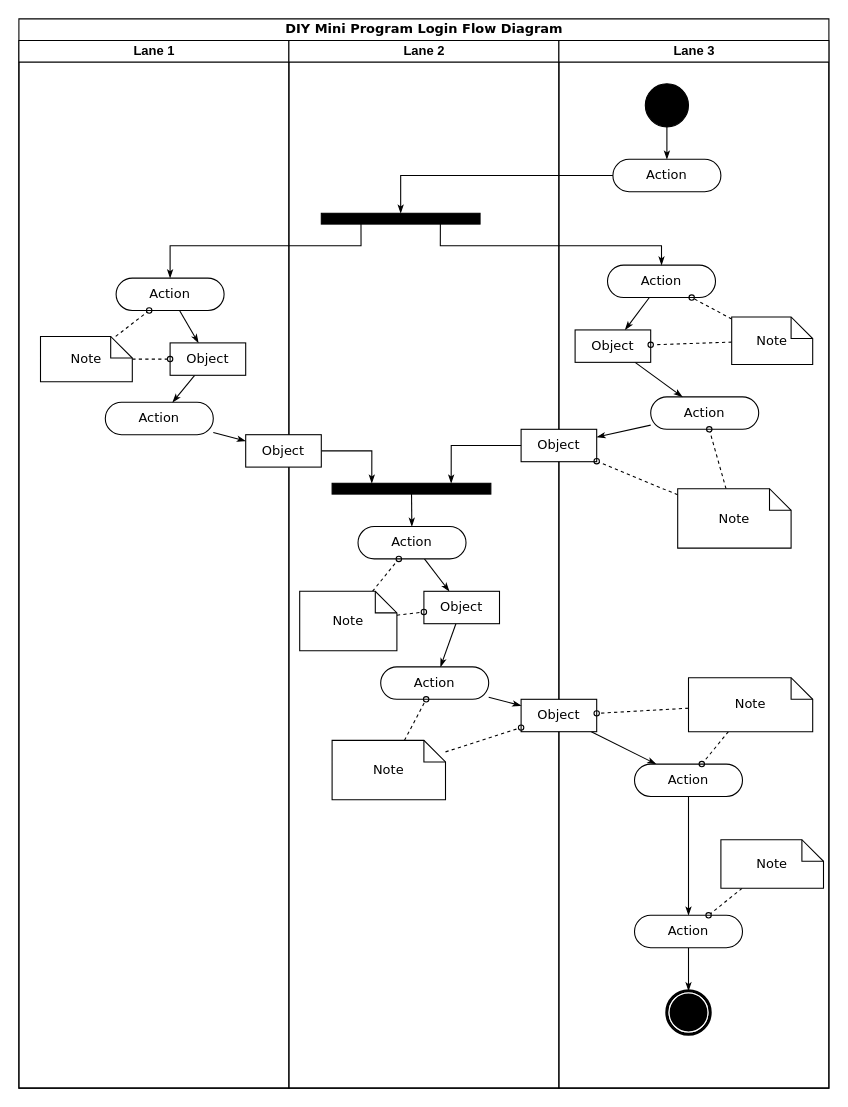
WinkleWong/Diagram keeps this draw.io diagram as DIY Mini Program Login Flow Diagram.drawio. Above is the earlier version. Source tidied: cells renumbered, new cells numbered last; positions are measured from the earlier drawing's top-left corner, leaving out a move shared by most shapes. Both pictures are drawn from the tidied source at 108%, with x=0, y=0 at pixel (18, 18).
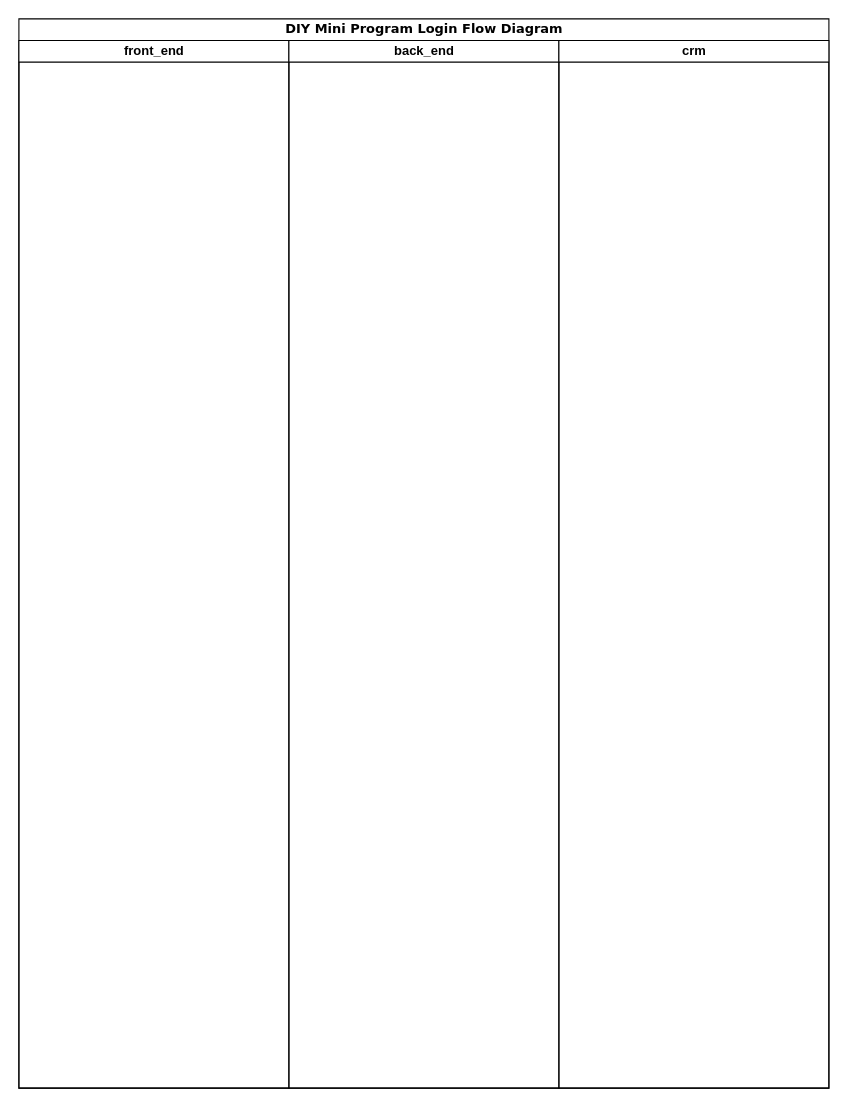
The same page after the edit.

Unchanged cells that the change refers to:
```xml
<mxCell id="2" value="DIY Mini Program Login Flow Diagram" style="swimlane;html=1;startSize=20;rounded=0;shadow=0;comic=0;labelBackgroundColor=none;strokeWidth=1;fontFamily=Verdana;fontSize=12;align=center;" parent="1" vertex="1">
  <mxGeometry width="750" height="990" as="geometry" />
</mxCell>
```

The edit, as a diff of the source:
```diff
@@
-    <mxCell id="3" value="Lane 1" style="swimlane;html=1;startSize=20;" parent="2" vertex="1">
+    <mxCell id="3" value="front_end" style="swimlane;html=1;startSize=20;" parent="2" vertex="1">
       <mxGeometry y="20" width="250" height="970" as="geometry" />
     </mxCell>
-    <mxCell id="4" style="edgeStyle=none;rounded=0;html=1;labelBackgroundColor=none;startArrow=none;startFill=0;startSize=5;endArrow=classicThin;endFill=1;endSize=5;jettySize=auto;strokeWidth=1;fontFamily=Verdana;fontSize=12;" parent="3" edge="1" source="5" target="8">
-      <mxGeometry relative="1" as="geometry" />
-    </mxCell>
-    <mxCell id="5" value="Action" style="rounded=1;whiteSpace=wrap;html=1;shadow=0;comic=0;labelBackgroundColor=none;strokeWidth=1;fontFamily=Verdana;fontSize=12;align=center;arcSize=50;" parent="3" vertex="1">
-      <mxGeometry x="90" y="220" width="100" height="30" as="geometry" />
-    </mxCell>
-    <mxCell id="6" value="Action" style="rounded=1;whiteSpace=wrap;html=1;shadow=0;comic=0;labelBackgroundColor=none;strokeWidth=1;fontFamily=Verdana;fontSize=12;align=center;arcSize=50;" parent="3" vertex="1">
-      <mxGeometry x="80" y="335" width="100" height="30" as="geometry" />
-    </mxCell>
-    <mxCell id="7" style="edgeStyle=none;rounded=0;html=1;labelBackgroundColor=none;startArrow=none;startFill=0;startSize=5;endArrow=classicThin;endFill=1;endSize=5;jettySize=auto;strokeWidth=1;fontFamily=Verdana;fontSize=12;" parent="3" edge="1" source="8" target="6">
-      <mxGeometry relative="1" as="geometry" />
-    </mxCell>
-    <mxCell id="8" value="Object" style="rounded=0;whiteSpace=wrap;html=1;shadow=0;comic=0;labelBackgroundColor=none;strokeWidth=1;fontFamily=Verdana;fontSize=12;align=center;arcSize=50;" parent="3" vertex="1">
-      <mxGeometry x="140" y="280" width="70" height="30" as="geometry" />
-    </mxCell>
-    <mxCell id="9" style="edgeStyle=none;rounded=0;html=1;labelBackgroundColor=none;startArrow=none;startFill=0;startSize=5;endArrow=oval;endFill=0;endSize=5;jettySize=auto;strokeWidth=1;fontFamily=Verdana;fontSize=12;dashed=1;" parent="3" edge="1" source="11" target="5">
-      <mxGeometry relative="1" as="geometry" />
-    </mxCell>
-    <mxCell id="10" style="edgeStyle=none;rounded=0;html=1;dashed=1;labelBackgroundColor=none;startArrow=none;startFill=0;startSize=5;endArrow=oval;endFill=0;endSize=5;jettySize=auto;strokeWidth=1;fontFamily=Verdana;fontSize=12;" parent="3" edge="1" source="11" target="8">
-      <mxGeometry relative="1" as="geometry" />
-    </mxCell>
-    <mxCell id="11" value="Note" style="shape=note;whiteSpace=wrap;html=1;rounded=0;shadow=0;comic=0;labelBackgroundColor=none;strokeWidth=1;fontFamily=Verdana;fontSize=12;align=center;size=20;" parent="3" vertex="1">
-      <mxGeometry x="20" y="274" width="85" height="42" as="geometry" />
-    </mxCell>
-    <mxCell id="12" value="Lane 2" style="swimlane;html=1;startSize=20;" parent="2" vertex="1">
+    <mxCell id="12" value="back_end" style="swimlane;html=1;startSize=20;" parent="2" vertex="1">
       <mxGeometry x="250" y="20" width="250" height="970" as="geometry" />
     </mxCell>
-    <mxCell id="13" style="whiteSpace=wrap;html=1;rounded=0;shadow=0;comic=0;labelBackgroundColor=none;strokeWidth=1;fillColor=#000000;fontFamily=Verdana;fontSize=12;align=center;rotation=0;" parent="12" vertex="1">
-      <mxGeometry x="30" y="160" width="147" height="10" as="geometry" />
-    </mxCell>
-    <mxCell id="14" style="edgeStyle=none;rounded=0;html=1;labelBackgroundColor=none;startArrow=none;startFill=0;startSize=5;endArrow=classicThin;endFill=1;endSize=5;jettySize=auto;strokeWidth=1;fontFamily=Verdana;fontSize=12;" parent="12" edge="1" source="15" target="21">
-      <mxGeometry relative="1" as="geometry" />
-    </mxCell>
-    <mxCell id="15" value="Action" style="rounded=1;whiteSpace=wrap;html=1;shadow=0;comic=0;labelBackgroundColor=none;strokeWidth=1;fontFamily=Verdana;fontSize=12;align=center;arcSize=50;" parent="12" vertex="1">
-      <mxGeometry x="64" y="450" width="100" height="30" as="geometry" />
-    </mxCell>
-    <mxCell id="16" style="edgeStyle=none;rounded=0;html=1;labelBackgroundColor=none;startArrow=none;startFill=0;startSize=5;endArrow=classicThin;endFill=1;endSize=5;jettySize=auto;strokeWidth=1;fontFamily=Verdana;fontSize=12;" parent="12" edge="1" source="17" target="15">
-      <mxGeometry relative="1" as="geometry" />
-    </mxCell>
-    <mxCell id="17" style="whiteSpace=wrap;html=1;rounded=0;shadow=0;comic=0;labelBackgroundColor=none;strokeWidth=1;fillColor=#000000;fontFamily=Verdana;fontSize=12;align=center;rotation=0;" parent="12" vertex="1">
-      <mxGeometry x="40" y="410" width="147" height="10" as="geometry" />
-    </mxCell>
-    <mxCell id="18" style="edgeStyle=orthogonalEdgeStyle;rounded=0;html=1;entryX=0.25;entryY=0;labelBackgroundColor=none;startArrow=none;startFill=0;startSize=5;endArrow=classicThin;endFill=1;endSize=5;jettySize=auto;strokeWidth=1;fontFamily=Verdana;fontSize=12;" parent="12" edge="1" source="19" target="17">
-      <mxGeometry relative="1" as="geometry" />
-    </mxCell>
-    <mxCell id="19" value="Object" style="rounded=0;whiteSpace=wrap;html=1;shadow=0;comic=0;labelBackgroundColor=none;strokeWidth=1;fontFamily=Verdana;fontSize=12;align=center;arcSize=50;" parent="12" vertex="1">
-      <mxGeometry x="-40" y="365" width="70" height="30" as="geometry" />
-    </mxCell>
-    <mxCell id="20" style="edgeStyle=none;rounded=0;html=1;labelBackgroundColor=none;startArrow=none;startFill=0;startSize=5;endArrow=classicThin;endFill=1;endSize=5;jettySize=auto;strokeWidth=1;fontFamily=Verdana;fontSize=12;" parent="12" edge="1" source="21" target="22">
-      <mxGeometry relative="1" as="geometry" />
-    </mxCell>
-    <mxCell id="21" value="Object" style="rounded=0;whiteSpace=wrap;html=1;shadow=0;comic=0;labelBackgroundColor=none;strokeWidth=1;fontFamily=Verdana;fontSize=12;align=center;arcSize=50;" parent="12" vertex="1">
-      <mxGeometry x="125" y="510" width="70" height="30" as="geometry" />
-    </mxCell>
-    <mxCell id="22" value="Action" style="rounded=1;whiteSpace=wrap;html=1;shadow=0;comic=0;labelBackgroundColor=none;strokeWidth=1;fontFamily=Verdana;fontSize=12;align=center;arcSize=50;" parent="12" vertex="1">
-      <mxGeometry x="85" y="580" width="100" height="30" as="geometry" />
-    </mxCell>
-    <mxCell id="23" style="edgeStyle=none;rounded=0;html=1;dashed=1;labelBackgroundColor=none;startArrow=none;startFill=0;startSize=5;endArrow=oval;endFill=0;endSize=5;jettySize=auto;strokeWidth=1;fontFamily=Verdana;fontSize=12;" parent="12" edge="1" source="25" target="15">
-      <mxGeometry relative="1" as="geometry" />
-    </mxCell>
-    <mxCell id="24" style="edgeStyle=none;rounded=0;html=1;dashed=1;labelBackgroundColor=none;startArrow=none;startFill=0;startSize=5;endArrow=oval;endFill=0;endSize=5;jettySize=auto;strokeWidth=1;fontFamily=Verdana;fontSize=12;" parent="12" edge="1" source="25" target="21">
-      <mxGeometry relative="1" as="geometry" />
-    </mxCell>
-    <mxCell id="25" value="Note" style="shape=note;whiteSpace=wrap;html=1;rounded=0;shadow=0;comic=0;labelBackgroundColor=none;strokeWidth=1;fontFamily=Verdana;fontSize=12;align=center;size=20;" parent="12" vertex="1">
-      <mxGeometry x="10" y="510" width="90" height="55" as="geometry" />
-    </mxCell>
-    <mxCell id="26" style="edgeStyle=none;rounded=0;html=1;dashed=1;labelBackgroundColor=none;startArrow=none;startFill=0;startSize=5;endArrow=oval;endFill=0;endSize=5;jettySize=auto;strokeWidth=1;fontFamily=Verdana;fontSize=12;" parent="12" edge="1" source="27" target="22">
-      <mxGeometry relative="1" as="geometry" />
-    </mxCell>
-    <mxCell id="27" value="Note" style="shape=note;whiteSpace=wrap;html=1;rounded=0;shadow=0;comic=0;labelBackgroundColor=none;strokeWidth=1;fontFamily=Verdana;fontSize=12;align=center;size=20;" parent="12" vertex="1">
-      <mxGeometry x="40" y="648" width="105" height="55" as="geometry" />
-    </mxCell>
-    <mxCell id="28" value="Lane 3" style="swimlane;html=1;startSize=20;" parent="2" vertex="1">
+    <mxCell id="28" value="crm" style="swimlane;html=1;startSize=20;" parent="2" vertex="1">
       <mxGeometry x="500" y="20" width="250" height="970" as="geometry" />
     </mxCell>
-    <mxCell id="29" style="edgeStyle=orthogonalEdgeStyle;rounded=0;html=1;labelBackgroundColor=none;startArrow=none;startFill=0;startSize=5;endArrow=classicThin;endFill=1;endSize=5;jettySize=auto;strokeWidth=1;fontFamily=Verdana;fontSize=12;" parent="28" edge="1" source="30" target="31">
-      <mxGeometry relative="1" as="geometry" />
-    </mxCell>
-    <mxCell id="30" style="ellipse;whiteSpace=wrap;html=1;rounded=0;shadow=0;comic=0;labelBackgroundColor=none;strokeWidth=1;fillColor=#000000;fontFamily=Verdana;fontSize=12;align=center;" parent="28" vertex="1">
-      <mxGeometry x="80" y="40" width="40" height="40" as="geometry" />
-    </mxCell>
-    <mxCell id="31" value="Action" style="rounded=1;whiteSpace=wrap;html=1;shadow=0;comic=0;labelBackgroundColor=none;strokeWidth=1;fontFamily=Verdana;fontSize=12;align=center;arcSize=50;" parent="28" vertex="1">
-      <mxGeometry x="50" y="110" width="100" height="30" as="geometry" />
-    </mxCell>
-    <mxCell id="32" style="rounded=0;html=1;labelBackgroundColor=none;startArrow=none;startFill=0;startSize=5;endArrow=classicThin;endFill=1;endSize=5;jettySize=auto;strokeWidth=1;fontFamily=Verdana;fontSize=12;" parent="28" edge="1" source="33" target="37">
-      <mxGeometry relative="1" as="geometry" />
-    </mxCell>
-    <mxCell id="33" value="Action" style="rounded=1;whiteSpace=wrap;html=1;shadow=0;comic=0;labelBackgroundColor=none;strokeWidth=1;fontFamily=Verdana;fontSize=12;align=center;arcSize=50;" parent="28" vertex="1">
-      <mxGeometry x="45" y="208" width="100" height="30" as="geometry" />
-    </mxCell>
-    <mxCell id="34" style="edgeStyle=none;rounded=0;html=1;labelBackgroundColor=none;startArrow=none;startFill=0;startSize=5;endArrow=classicThin;endFill=1;endSize=5;jettySize=auto;strokeWidth=1;fontFamily=Verdana;fontSize=12;" parent="28" edge="1" source="35" target="38">
-      <mxGeometry relative="1" as="geometry" />
-    </mxCell>
-    <mxCell id="35" value="Action" style="rounded=1;whiteSpace=wrap;html=1;shadow=0;comic=0;labelBackgroundColor=none;strokeWidth=1;fontFamily=Verdana;fontSize=12;align=center;arcSize=50;" parent="28" vertex="1">
-      <mxGeometry x="85" y="330" width="100" height="30" as="geometry" />
-    </mxCell>
-    <mxCell id="36" style="edgeStyle=none;rounded=0;html=1;labelBackgroundColor=none;startArrow=none;startFill=0;startSize=5;endArrow=classicThin;endFill=1;endSize=5;jettySize=auto;strokeWidth=1;fontFamily=Verdana;fontSize=12;" parent="28" edge="1" source="37" target="35">
-      <mxGeometry relative="1" as="geometry" />
-    </mxCell>
-    <mxCell id="37" value="Object" style="rounded=0;whiteSpace=wrap;html=1;shadow=0;comic=0;labelBackgroundColor=none;strokeWidth=1;fontFamily=Verdana;fontSize=12;align=center;arcSize=50;" parent="28" vertex="1">
-      <mxGeometry x="15" y="268" width="70" height="30" as="geometry" />
-    </mxCell>
-    <mxCell id="38" value="Object" style="rounded=0;whiteSpace=wrap;html=1;shadow=0;comic=0;labelBackgroundColor=none;strokeWidth=1;fontFamily=Verdana;fontSize=12;align=center;arcSize=50;" parent="28" vertex="1">
-      <mxGeometry x="-35" y="360" width="70" height="30" as="geometry" />
-    </mxCell>
-    <mxCell id="39" style="edgeStyle=none;rounded=0;html=1;labelBackgroundColor=none;startArrow=none;startFill=0;startSize=5;endArrow=classicThin;endFill=1;endSize=5;jettySize=auto;strokeWidth=1;fontFamily=Verdana;fontSize=12;" parent="28" edge="1" source="40" target="42">
-      <mxGeometry relative="1" as="geometry" />
-    </mxCell>
-    <mxCell id="40" value="Object" style="rounded=0;whiteSpace=wrap;html=1;shadow=0;comic=0;labelBackgroundColor=none;strokeWidth=1;fontFamily=Verdana;fontSize=12;align=center;arcSize=50;" parent="28" vertex="1">
-      <mxGeometry x="-35" y="610" width="70" height="30" as="geometry" />
-    </mxCell>
-    <mxCell id="41" style="edgeStyle=none;rounded=0;html=1;labelBackgroundColor=none;startArrow=none;startFill=0;startSize=5;endArrow=classicThin;endFill=1;endSize=5;jettySize=auto;strokeWidth=1;fontFamily=Verdana;fontSize=12;" parent="28" edge="1" source="42" target="44">
-      <mxGeometry relative="1" as="geometry" />
-    </mxCell>
-    <mxCell id="42" value="Action" style="rounded=1;whiteSpace=wrap;html=1;shadow=0;comic=0;labelBackgroundColor=none;strokeWidth=1;fontFamily=Verdana;fontSize=12;align=center;arcSize=50;" parent="28" vertex="1">
-      <mxGeometry x="70" y="670" width="100" height="30" as="geometry" />
-    </mxCell>
-    <mxCell id="43" style="edgeStyle=none;rounded=0;html=1;labelBackgroundColor=none;startArrow=none;startFill=0;startSize=5;endArrow=classicThin;endFill=1;endSize=5;jettySize=auto;strokeWidth=1;fontFamily=Verdana;fontSize=12;" parent="28" edge="1" source="44" target="45">
-      <mxGeometry relative="1" as="geometry" />
-    </mxCell>
-    <mxCell id="44" value="Action" style="rounded=1;whiteSpace=wrap;html=1;shadow=0;comic=0;labelBackgroundColor=none;strokeWidth=1;fontFamily=Verdana;fontSize=12;align=center;arcSize=50;" parent="28" vertex="1">
-      <mxGeometry x="70" y="810" width="100" height="30" as="geometry" />
-    </mxCell>
-    <mxCell id="45" style="shape=mxgraph.bpmn.shape;html=1;verticalLabelPosition=bottom;labelBackgroundColor=#ffffff;verticalAlign=top;perimeter=ellipsePerimeter;outline=end;symbol=terminate;rounded=0;shadow=0;comic=0;strokeWidth=1;fontFamily=Verdana;fontSize=12;align=center;" parent="28" vertex="1">
-      <mxGeometry x="100" y="880" width="40" height="40" as="geometry" />
-    </mxCell>
-    <mxCell id="46" style="edgeStyle=none;rounded=0;html=1;dashed=1;labelBackgroundColor=none;startArrow=none;startFill=0;startSize=5;endArrow=oval;endFill=0;endSize=5;jettySize=auto;strokeWidth=1;fontFamily=Verdana;fontSize=12;" parent="28" edge="1" source="48" target="33">
-      <mxGeometry relative="1" as="geometry" />
-    </mxCell>
-    <mxCell id="47" style="edgeStyle=none;rounded=0;html=1;dashed=1;labelBackgroundColor=none;startArrow=none;startFill=0;startSize=5;endArrow=oval;endFill=0;endSize=5;jettySize=auto;strokeWidth=1;fontFamily=Verdana;fontSize=12;" parent="28" edge="1" source="48" target="37">
-      <mxGeometry relative="1" as="geometry" />
-    </mxCell>
-    <mxCell id="48" value="Note" style="shape=note;whiteSpace=wrap;html=1;rounded=0;shadow=0;comic=0;labelBackgroundColor=none;strokeWidth=1;fontFamily=Verdana;fontSize=12;align=center;size=20;" parent="28" vertex="1">
-      <mxGeometry x="160" y="256" width="75" height="44" as="geometry" />
-    </mxCell>
-    <mxCell id="49" style="edgeStyle=none;rounded=0;html=1;dashed=1;labelBackgroundColor=none;startArrow=none;startFill=0;startSize=5;endArrow=oval;endFill=0;endSize=5;jettySize=auto;strokeWidth=1;fontFamily=Verdana;fontSize=12;" parent="28" edge="1" source="51" target="35">
-      <mxGeometry relative="1" as="geometry" />
-    </mxCell>
-    <mxCell id="50" style="edgeStyle=none;rounded=0;html=1;dashed=1;labelBackgroundColor=none;startArrow=none;startFill=0;startSize=5;endArrow=oval;endFill=0;endSize=5;jettySize=auto;strokeWidth=1;fontFamily=Verdana;fontSize=12;" parent="28" edge="1" source="51" target="38">
-      <mxGeometry relative="1" as="geometry" />
-    </mxCell>
-    <mxCell id="51" value="Note" style="shape=note;whiteSpace=wrap;html=1;rounded=0;shadow=0;comic=0;labelBackgroundColor=none;strokeWidth=1;fontFamily=Verdana;fontSize=12;align=center;size=20;" parent="28" vertex="1">
-      <mxGeometry x="110" y="415" width="105" height="55" as="geometry" />
-    </mxCell>
-    <mxCell id="52" style="edgeStyle=none;rounded=0;html=1;dashed=1;labelBackgroundColor=none;startArrow=none;startFill=0;startSize=5;endArrow=oval;endFill=0;endSize=5;jettySize=auto;strokeWidth=1;fontFamily=Verdana;fontSize=12;" parent="28" edge="1" source="54" target="42">
-      <mxGeometry relative="1" as="geometry" />
-    </mxCell>
-    <mxCell id="53" style="edgeStyle=none;rounded=0;html=1;dashed=1;labelBackgroundColor=none;startArrow=none;startFill=0;startSize=5;endArrow=oval;endFill=0;endSize=5;jettySize=auto;strokeWidth=1;fontFamily=Verdana;fontSize=12;" parent="28" edge="1" source="54" target="40">
-      <mxGeometry relative="1" as="geometry" />
-    </mxCell>
-    <mxCell id="54" value="Note" style="shape=note;whiteSpace=wrap;html=1;rounded=0;shadow=0;comic=0;labelBackgroundColor=none;strokeWidth=1;fontFamily=Verdana;fontSize=12;align=center;size=20;" parent="28" vertex="1">
-      <mxGeometry x="120" y="590" width="115" height="50" as="geometry" />
-    </mxCell>
-    <mxCell id="55" style="edgeStyle=none;rounded=0;html=1;dashed=1;labelBackgroundColor=none;startArrow=none;startFill=0;startSize=5;endArrow=oval;endFill=0;endSize=5;jettySize=auto;strokeWidth=1;fontFamily=Verdana;fontSize=12;" parent="28" edge="1" source="56" target="44">
-      <mxGeometry relative="1" as="geometry" />
-    </mxCell>
-    <mxCell id="56" value="Note" style="shape=note;whiteSpace=wrap;html=1;rounded=0;shadow=0;comic=0;labelBackgroundColor=none;strokeWidth=1;fontFamily=Verdana;fontSize=12;align=center;size=20;" parent="28" vertex="1">
-      <mxGeometry x="150" y="740" width="95" height="45" as="geometry" />
-    </mxCell>
-    <mxCell id="57" style="edgeStyle=orthogonalEdgeStyle;rounded=0;html=1;entryX=0.5;entryY=0;labelBackgroundColor=none;startArrow=none;startFill=0;startSize=5;endArrow=classicThin;endFill=1;endSize=5;jettySize=auto;strokeWidth=1;fontFamily=Verdana;fontSize=12;" parent="2" edge="1" source="31" target="13">
-      <mxGeometry relative="1" as="geometry">
-        <Array as="points">
-          <mxPoint x="354" y="145" />
-        </Array>
-      </mxGeometry>
-    </mxCell>
-    <mxCell id="58" style="edgeStyle=orthogonalEdgeStyle;rounded=0;html=1;exitX=0.75;exitY=1;labelBackgroundColor=none;startArrow=none;startFill=0;startSize=5;endArrow=classicThin;endFill=1;endSize=5;jettySize=auto;strokeWidth=1;fontFamily=Verdana;fontSize=12;" parent="2" edge="1" source="13" target="33">
-      <mxGeometry relative="1" as="geometry">
-        <Array as="points">
-          <mxPoint x="390" y="210" />
-          <mxPoint x="595" y="210" />
-        </Array>
-      </mxGeometry>
-    </mxCell>
-    <mxCell id="59" style="edgeStyle=orthogonalEdgeStyle;rounded=0;html=1;exitX=0.25;exitY=1;entryX=0.5;entryY=0;labelBackgroundColor=none;startArrow=none;startFill=0;startSize=5;endArrow=classicThin;endFill=1;endSize=5;jettySize=auto;strokeWidth=1;fontFamily=Verdana;fontSize=12;" parent="2" edge="1" source="13" target="5">
-      <mxGeometry relative="1" as="geometry">
-        <Array as="points">
-          <mxPoint x="317" y="210" />
-          <mxPoint x="140" y="210" />
-        </Array>
-      </mxGeometry>
-    </mxCell>
-    <mxCell id="60" style="edgeStyle=orthogonalEdgeStyle;rounded=0;html=1;entryX=0.75;entryY=0;labelBackgroundColor=none;startArrow=none;startFill=0;startSize=5;endArrow=classicThin;endFill=1;endSize=5;jettySize=auto;strokeWidth=1;fontFamily=Verdana;fontSize=12;" parent="2" edge="1" source="38" target="17">
-      <mxGeometry relative="1" as="geometry" />
-    </mxCell>
-    <mxCell id="61" style="edgeStyle=none;rounded=0;html=1;labelBackgroundColor=none;startArrow=none;startFill=0;startSize=5;endArrow=classicThin;endFill=1;endSize=5;jettySize=auto;strokeWidth=1;fontFamily=Verdana;fontSize=12;" parent="2" edge="1" source="6" target="19">
-      <mxGeometry relative="1" as="geometry" />
-    </mxCell>
-    <mxCell id="62" style="edgeStyle=none;rounded=0;html=1;labelBackgroundColor=none;startArrow=none;startFill=0;startSize=5;endArrow=classicThin;endFill=1;endSize=5;jettySize=auto;strokeWidth=1;fontFamily=Verdana;fontSize=12;" parent="2" edge="1" source="22" target="40">
-      <mxGeometry relative="1" as="geometry" />
-    </mxCell>
-    <mxCell id="63" style="edgeStyle=none;rounded=0;html=1;dashed=1;labelBackgroundColor=none;startArrow=none;startFill=0;startSize=5;endArrow=oval;endFill=0;endSize=5;jettySize=auto;strokeWidth=1;fontFamily=Verdana;fontSize=12;" parent="2" edge="1" source="27" target="40">
-      <mxGeometry relative="1" as="geometry" />
-    </mxCell>
```
